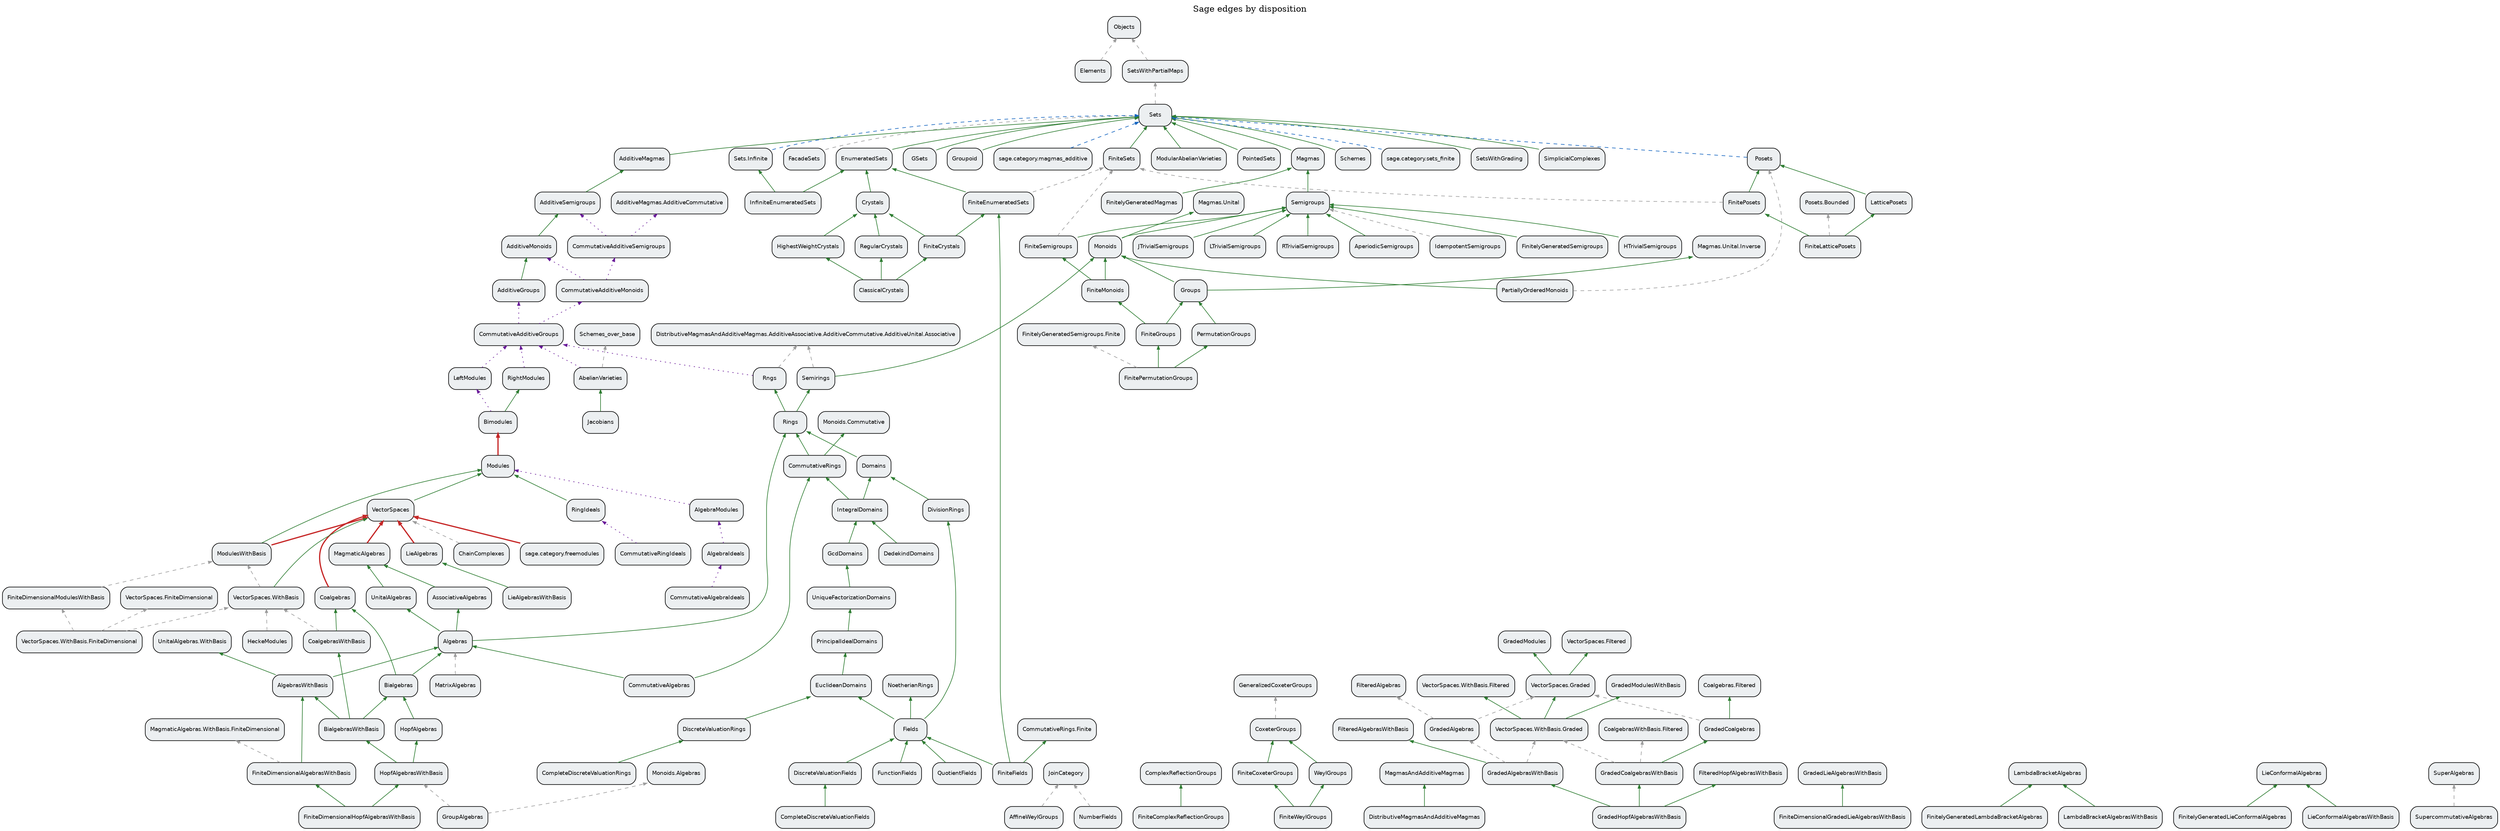
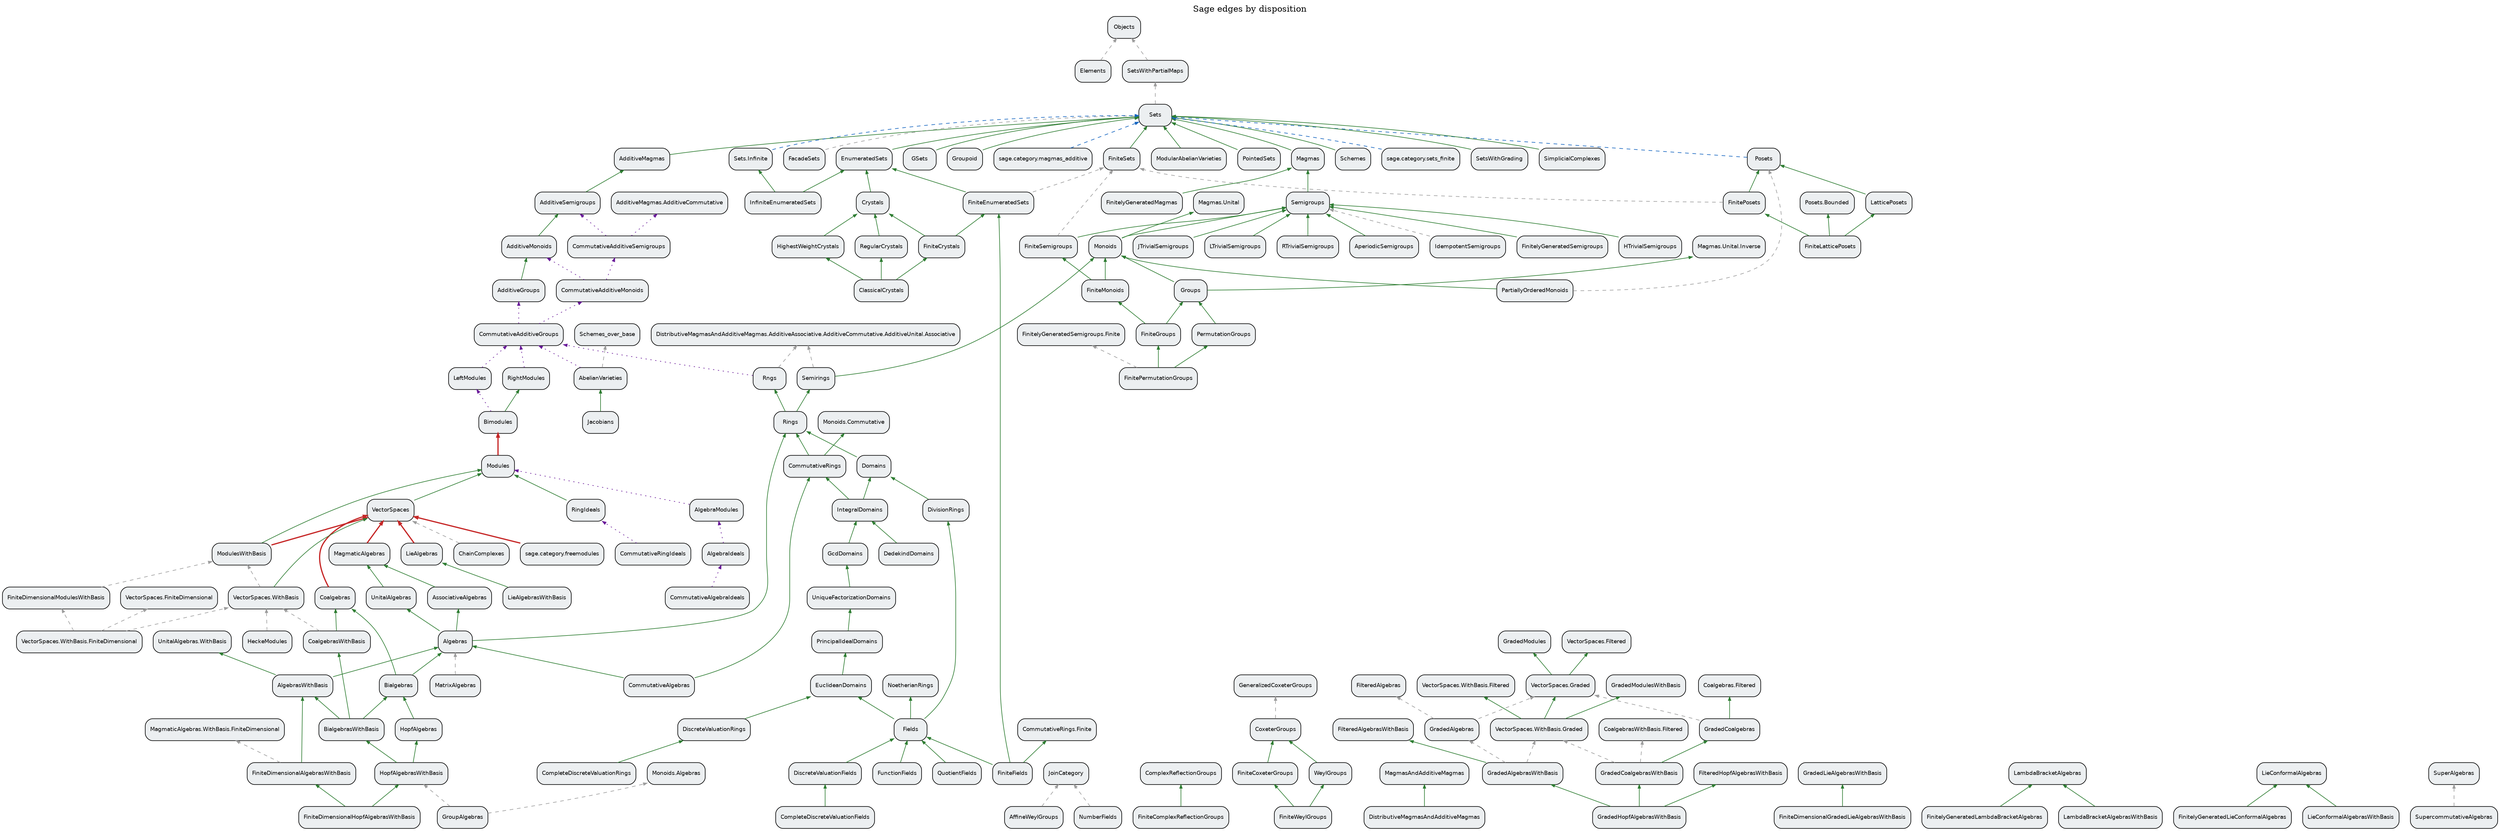
// GENERATED from mapping edge_mappings dispositions
digraph SageEdgeDispositions {
  graph [rankdir=BT, labelloc=t, label="Sage edges by disposition"];
  node [shape=box, style="rounded,filled", fillcolor="#eceff1", fontname="Helvetica", fontsize=9];
  edge [arrowsize=0.6];
  "sage.category.additive_groups_additivegroups" [label="AdditiveGroups"];
  "sage.category.additive_magmas_additivemagmas" [label="AdditiveMagmas"];
  "sage.category.additive_monoids_additivemonoids" [label="AdditiveMonoids"];
  "sage.category.additive_semigroups_additivesemigroups" [label="AdditiveSemigroups"];
  "sage.category.affine_weyl_groups_affineweylgroups" [label="AffineWeylGroups"];
  "sage.category.algebra_ideals_algebraideals" [label="AlgebraIdeals"];
  "sage.category.algebra_modules_algebramodules" [label="AlgebraModules"];
  "sage.category.algebras_algebras" [label="Algebras"];
  "sage.category.algebras_with_basis_algebraswithbasis" [label="AlgebrasWithBasis"];
  "sage.category.aperiodic_semigroups_aperiodicsemigroups" [label="AperiodicSemigroups"];
  "sage.category.associative_algebras_associativealgebras" [label="AssociativeAlgebras"];
  "sage.category.bialgebras_bialgebras" [label="Bialgebras"];
  "sage.category.bialgebras_with_basis_bialgebraswithbasis" [label="BialgebrasWithBasis"];
  "sage.category.bimodules_bimodules" [label="Bimodules"];
  "sage.category.category_joincategory" [label="JoinCategory"];
  "sage.category.category_types_elements" [label="Elements"];
  "sage.category.chain_complexes_chaincomplexes" [label="ChainComplexes"];
  "sage.category.classical_crystals_classicalcrystals" [label="ClassicalCrystals"];
  "sage.category.coalgebras_coalgebras" [label="Coalgebras"];
  "sage.category.coalgebras_with_basis_coalgebraswithbasis" [label="CoalgebrasWithBasis"];
  "sage.category.commutative_additive_groups_commutativeadditivegroups" [label="CommutativeAdditiveGroups"];
  "sage.category.commutative_additive_monoids_commutativeadditivemonoids" [label="CommutativeAdditiveMonoids"];
  "sage.category.commutative_additive_semigroups_commutativeadditivesemigroups" [label="CommutativeAdditiveSemigroups"];
  "sage.category.commutative_algebra_ideals_commutativealgebraideals" [label="CommutativeAlgebraIdeals"];
  "sage.category.commutative_algebras_commutativealgebras" [label="CommutativeAlgebras"];
  "sage.category.commutative_ring_ideals_commutativeringideals" [label="CommutativeRingIdeals"];
  "sage.category.commutative_rings_commutativerings" [label="CommutativeRings"];
  "sage.category.complete_discrete_valuation_completediscretevaluationfields" [label="CompleteDiscreteValuationFields"];
  "sage.category.complete_discrete_valuation_completediscretevaluationrings" [label="CompleteDiscreteValuationRings"];
  "sage.category.complex_reflection_groups_complexreflectiongroups" [label="ComplexReflectionGroups"];
  "sage.category.coxeter_groups_coxetergroups" [label="CoxeterGroups"];
  "sage.category.crystals_crystals" [label="Crystals"];
  "sage.category.dedekind_domains_dedekinddomains" [label="DedekindDomains"];
  "sage.category.discrete_valuation_discretevaluationfields" [label="DiscreteValuationFields"];
  "sage.category.discrete_valuation_discretevaluationrings" [label="DiscreteValuationRings"];
  "sage.category.distributive_magmas_and_additive_magmas_distributivemagmasandadditivemagmas" [label="DistributiveMagmasAndAdditiveMagmas"];
  "sage.category.division_rings_divisionrings" [label="DivisionRings"];
  "sage.category.domains_domains" [label="Domains"];
  "sage.category.enumerated_sets_enumeratedsets" [label="EnumeratedSets"];
  "sage.category.euclidean_domains_euclideandomains" [label="EuclideanDomains"];
  "sage.category.examples_semigroups_cython_idempotentsemigroups" [label="IdempotentSemigroups"];
  "sage.category.facade_sets_facadesets" [label="FacadeSets"];
  "sage.category.fields_fields" [label="Fields"];
  "sage.category.filtered_algebras_filteredalgebras" [label="FilteredAlgebras"];
  "sage.category.filtered_algebras_with_basis_filteredalgebraswithbasis" [label="FilteredAlgebrasWithBasis"];
  "sage.category.filtered_hopf_algebras_with_basis_filteredhopfalgebraswithbasis" [label="FilteredHopfAlgebrasWithBasis"];
  "sage.category.finite_complex_reflection_groups_finitecomplexreflectiongroups" [label="FiniteComplexReflectionGroups"];
  "sage.category.finite_coxeter_groups_finitecoxetergroups" [label="FiniteCoxeterGroups"];
  "sage.category.finite_crystals_finitecrystals" [label="FiniteCrystals"];
  "sage.category.finite_dimensional_algebras_with_basis_finitedimensionalalgebraswithbasis" [label="FiniteDimensionalAlgebrasWithBasis"];
  "sage.category.finite_dimensional_graded_lie_algebras_with_basis_finitedimensionalgradedliealgebraswithbasis" [label="FiniteDimensionalGradedLieAlgebrasWithBasis"];
  "sage.category.finite_dimensional_hopf_algebras_with_basis_finitedimensionalhopfalgebraswithbasis" [label="FiniteDimensionalHopfAlgebrasWithBasis"];
  "sage.category.finite_dimensional_modules_with_basis_finitedimensionalmoduleswithbasis" [label="FiniteDimensionalModulesWithBasis"];
  "sage.category.finite_enumerated_sets_finiteenumeratedsets" [label="FiniteEnumeratedSets"];
  "sage.category.finite_fields_finitefields" [label="FiniteFields"];
  "sage.category.finite_groups_finitegroups" [label="FiniteGroups"];
  "sage.category.finite_lattice_posets_finitelatticeposets" [label="FiniteLatticePosets"];
  "sage.category.finite_monoids_finitemonoids" [label="FiniteMonoids"];
  "sage.category.finite_permutation_groups_finitepermutationgroups" [label="FinitePermutationGroups"];
  "sage.category.finite_posets_finiteposets" [label="FinitePosets"];
  "sage.category.finite_semigroups_finitesemigroups" [label="FiniteSemigroups"];
  "sage.category.finite_sets_finitesets" [label="FiniteSets"];
  "sage.category.finite_weyl_groups_finiteweylgroups" [label="FiniteWeylGroups"];
  "sage.category.finitely_generated_lambda_bracket_algebras_finitelygeneratedlambdabracketalgebras" [label="FinitelyGeneratedLambdaBracketAlgebras"];
  "sage.category.finitely_generated_lie_conformal_algebras_finitelygeneratedlieconformalalgebras" [label="FinitelyGeneratedLieConformalAlgebras"];
  "sage.category.finitely_generated_magmas_finitelygeneratedmagmas" [label="FinitelyGeneratedMagmas"];
  "sage.category.finitely_generated_semigroups_finitelygeneratedsemigroups" [label="FinitelyGeneratedSemigroups"];
  "sage.category.freemodules" [label="sage.category.freemodules"];
  "sage.category.function_fields_functionfields" [label="FunctionFields"];
  "sage.category.g_sets_gsets" [label="GSets"];
  "sage.category.gcd_domains_gcddomains" [label="GcdDomains"];
  "sage.category.generalized_coxeter_groups_generalizedcoxetergroups" [label="GeneralizedCoxeterGroups"];
  "sage.category.graded_algebras_gradedalgebras" [label="GradedAlgebras"];
  "sage.category.graded_algebras_with_basis_gradedalgebraswithbasis" [label="GradedAlgebrasWithBasis"];
  "sage.category.graded_coalgebras_gradedcoalgebras" [label="GradedCoalgebras"];
  "sage.category.graded_coalgebras_with_basis_gradedcoalgebraswithbasis" [label="GradedCoalgebrasWithBasis"];
  "sage.category.graded_hopf_algebras_with_basis_gradedhopfalgebraswithbasis" [label="GradedHopfAlgebrasWithBasis"];
  "sage.category.graded_lie_algebras_with_basis_gradedliealgebraswithbasis" [label="GradedLieAlgebrasWithBasis"];
  "sage.category.graded_modules_gradedmodules" [label="GradedModules"];
  "sage.category.graded_modules_with_basis_gradedmoduleswithbasis" [label="GradedModulesWithBasis"];
  "sage.category.group_algebras_groupalgebras" [label="GroupAlgebras"];
  "sage.category.groupoid_groupoid" [label="Groupoid"];
  "sage.category.groups_groups" [label="Groups"];
  "sage.category.h_trivial_semigroups_htrivialsemigroups" [label="HTrivialSemigroups"];
  "sage.category.hecke_modules_heckemodules" [label="HeckeModules"];
  "sage.category.highest_weight_crystals_highestweightcrystals" [label="HighestWeightCrystals"];
  "sage.category.hopf_algebras_hopfalgebras" [label="HopfAlgebras"];
  "sage.category.hopf_algebras_with_basis_hopfalgebraswithbasis" [label="HopfAlgebrasWithBasis"];
  "sage.category.infinite_enumerated_sets_infiniteenumeratedsets" [label="InfiniteEnumeratedSets"];
  "sage.category.integral_domains_integraldomains" [label="IntegralDomains"];
  "sage.category.j_trivial_semigroups_jtrivialsemigroups" [label="JTrivialSemigroups"];
  "sage.category.l_trivial_semigroups_ltrivialsemigroups" [label="LTrivialSemigroups"];
  "sage.category.lambda_bracket_algebras_lambdabracketalgebras" [label="LambdaBracketAlgebras"];
  "sage.category.lambda_bracket_algebras_with_basis_lambdabracketalgebraswithbasis" [label="LambdaBracketAlgebrasWithBasis"];
  "sage.category.lattice_posets_latticeposets" [label="LatticePosets"];
  "sage.category.left_modules_leftmodules" [label="LeftModules"];
  "sage.category.lie_algebras_liealgebras" [label="LieAlgebras"];
  "sage.category.lie_algebras_with_basis_liealgebraswithbasis" [label="LieAlgebrasWithBasis"];
  "sage.category.lie_conformal_algebras_lieconformalalgebras" [label="LieConformalAlgebras"];
  "sage.category.lie_conformal_algebras_with_basis_lieconformalalgebraswithbasis" [label="LieConformalAlgebrasWithBasis"];
  "sage.category.magmas_additive" [label="sage.category.magmas_additive"];
  "sage.category.magmas_and_additive_magmas_magmasandadditivemagmas" [label="MagmasAndAdditiveMagmas"];
  "sage.category.magmas_magmas" [label="Magmas"];
  "sage.category.magmatic_algebras_magmaticalgebras" [label="MagmaticAlgebras"];
  "sage.category.matrix_algebras_matrixalgebras" [label="MatrixAlgebras"];
  "sage.category.modular_abelian_varieties_modularabelianvarieties" [label="ModularAbelianVarieties"];
  "sage.category.modules_modules" [label="Modules"];
  "sage.category.modules_with_basis_moduleswithbasis" [label="ModulesWithBasis"];
  "sage.category.monoids_monoids" [label="Monoids"];
  "sage.category.noetherian_rings_noetherianrings" [label="NoetherianRings"];
  "sage.category.number_fields_numberfields" [label="NumberFields"];
  "sage.category.objects_objects" [label="Objects"];
  "sage.category.partially_ordered_monoids_partiallyorderedmonoids" [label="PartiallyOrderedMonoids"];
  "sage.category.permutation_groups_permutationgroups" [label="PermutationGroups"];
  "sage.category.pointed_sets_pointedsets" [label="PointedSets"];
  "sage.category.posets_posets" [label="Posets"];
  "sage.category.principal_ideal_domains_principalidealdomains" [label="PrincipalIdealDomains"];
  "sage.category.quotient_fields_quotientfields" [label="QuotientFields"];
  "sage.category.r_trivial_semigroups_rtrivialsemigroups" [label="RTrivialSemigroups"];
  "sage.category.regular_crystals_regularcrystals" [label="RegularCrystals"];
  "sage.category.right_modules_rightmodules" [label="RightModules"];
  "sage.category.ring_ideals_ringideals" [label="RingIdeals"];
  "sage.category.rings_rings" [label="Rings"];
  "sage.category.rngs_rngs" [label="Rngs"];
  "sage.category.schemes_abelianvarieties" [label="AbelianVarieties"];
  "sage.category.schemes_jacobians" [label="Jacobians"];
  "sage.category.schemes_schemes" [label="Schemes"];
  "sage.category.schemes_schemes_over_base" [label="Schemes_over_base"];
  "sage.category.semigroups_semigroups" [label="Semigroups"];
  "sage.category.semirings_semirings" [label="Semirings"];
  "sage.category.sets_cat_sets" [label="Sets"];
  "sage.category.sets_finite" [label="sage.category.sets_finite"];
  "sage.category.sets_with_grading_setswithgrading" [label="SetsWithGrading"];
  "sage.category.sets_with_partial_maps_setswithpartialmaps" [label="SetsWithPartialMaps"];
  "sage.category.simplicial_complexes_simplicialcomplexes" [label="SimplicialComplexes"];
  "sage.category.super_algebras_superalgebras" [label="SuperAlgebras"];
  "sage.category.supercommutative_algebras_supercommutativealgebras" [label="SupercommutativeAlgebras"];
  "sage.category.unique_factorization_domains_uniquefactorizationdomains" [label="UniqueFactorizationDomains"];
  "sage.category.unital_algebras_unitalalgebras" [label="UnitalAlgebras"];
  "sage.category.vector_spaces_vectorspaces" [label="VectorSpaces"];
  "sage.category.weyl_groups_weylgroups" [label="WeylGroups"];
  "sage.category.with_axiom.additivemagmas.additivecommutative" [label="AdditiveMagmas.AdditiveCommutative"];
  "sage.category.with_axiom.coalgebras.filtered" [label="Coalgebras.Filtered"];
  "sage.category.with_axiom.coalgebraswithbasis.filtered" [label="CoalgebrasWithBasis.Filtered"];
  "sage.category.with_axiom.commutativerings.finite" [label="CommutativeRings.Finite"];
  "sage.category.with_axiom.distributivemagmasandadditivemagmas.additiveassociative.additivecommutative.additiveunital.associative" [label="DistributiveMagmasAndAdditiveMagmas.AdditiveAssociative.AdditiveCommutative.AdditiveUnital.Associative"];
  "sage.category.with_axiom.finitelygeneratedsemigroups.finite" [label="FinitelyGeneratedSemigroups.Finite"];
  "sage.category.with_axiom.magmas.unital" [label="Magmas.Unital"];
  "sage.category.with_axiom.magmas.unital.inverse" [label="Magmas.Unital.Inverse"];
  "sage.category.with_axiom.magmaticalgebras.withbasis.finitedimensional" [label="MagmaticAlgebras.WithBasis.FiniteDimensional"];
  "sage.category.with_axiom.monoids.algebras" [label="Monoids.Algebras"];
  "sage.category.with_axiom.monoids.commutative" [label="Monoids.Commutative"];
  "sage.category.with_axiom.posets.bounded" [label="Posets.Bounded"];
  "sage.category.with_axiom.sets.infinite" [label="Sets.Infinite"];
  "sage.category.with_axiom.unitalalgebras.withbasis" [label="UnitalAlgebras.WithBasis"];
  "sage.category.with_axiom.vectorspaces.filtered" [label="VectorSpaces.Filtered"];
  "sage.category.with_axiom.vectorspaces.finitedimensional" [label="VectorSpaces.FiniteDimensional"];
  "sage.category.with_axiom.vectorspaces.graded" [label="VectorSpaces.Graded"];
  "sage.category.with_axiom.vectorspaces.withbasis" [label="VectorSpaces.WithBasis"];
  "sage.category.with_axiom.vectorspaces.withbasis.filtered" [label="VectorSpaces.WithBasis.Filtered"];
  "sage.category.with_axiom.vectorspaces.withbasis.finitedimensional" [label="VectorSpaces.WithBasis.FiniteDimensional"];
  "sage.category.with_axiom.vectorspaces.withbasis.graded" [label="VectorSpaces.WithBasis.Graded"];
  "sage.category.examples_semigroups_cython_idempotentsemigroups" -> "sage.category.semigroups_semigroups" [disposition="unsupported", color="#9e9e9e", style=dashed];
  "sage.category.category_types_elements" -> "sage.category.objects_objects" [disposition="unsupported", color="#9e9e9e", style=dashed];
  "sage.category.schemes_abelianvarieties" -> "sage.category.schemes_schemes_over_base" [disposition="unsupported", color="#9e9e9e", style=dashed];
  "sage.category.schemes_abelianvarieties" -> "sage.category.commutative_additive_groups_commutativeadditivegroups" [disposition="alias_artifact", color="#6a1b9a", style=dotted];
  "sage.category.additive_groups_additivegroups" -> "sage.category.additive_monoids_additivemonoids" [disposition="preserved", color="#2e7d32", style=solid];
  "sage.category.additive_magmas_additivemagmas" -> "sage.category.sets_cat_sets" [disposition="preserved", color="#2e7d32", style=solid];
  "sage.category.additive_monoids_additivemonoids" -> "sage.category.additive_semigroups_additivesemigroups" [disposition="preserved", color="#2e7d32", style=solid];
  "sage.category.additive_semigroups_additivesemigroups" -> "sage.category.additive_magmas_additivemagmas" [disposition="preserved", color="#2e7d32", style=solid];
  "sage.category.affine_weyl_groups_affineweylgroups" -> "sage.category.category_joincategory" [disposition="unsupported", color="#9e9e9e", style=dashed];
  "sage.category.algebra_ideals_algebraideals" -> "sage.category.algebra_modules_algebramodules" [disposition="alias_artifact", color="#6a1b9a", style=dotted];
  "sage.category.algebra_modules_algebramodules" -> "sage.category.modules_modules" [disposition="alias_artifact", color="#6a1b9a", style=dotted];
  "sage.category.algebras_algebras" -> "sage.category.rings_rings" [disposition="preserved", color="#2e7d32", style=solid];
  "sage.category.algebras_algebras" -> "sage.category.associative_algebras_associativealgebras" [disposition="preserved", color="#2e7d32", style=solid];
  "sage.category.algebras_algebras" -> "sage.category.unital_algebras_unitalalgebras" [disposition="preserved", color="#2e7d32", style=solid];
  "sage.category.algebras_with_basis_algebraswithbasis" -> "sage.category.algebras_algebras" [disposition="preserved", color="#2e7d32", style=solid];
  "sage.category.algebras_with_basis_algebraswithbasis" -> "sage.category.with_axiom.unitalalgebras.withbasis" [disposition="preserved", color="#2e7d32", style=solid];
  "sage.category.aperiodic_semigroups_aperiodicsemigroups" -> "sage.category.semigroups_semigroups" [disposition="preserved", color="#2e7d32", style=solid];
  "sage.category.associative_algebras_associativealgebras" -> "sage.category.magmatic_algebras_magmaticalgebras" [disposition="preserved", color="#2e7d32", style=solid];
  "sage.category.bialgebras_bialgebras" -> "sage.category.algebras_algebras" [disposition="preserved", color="#2e7d32", style=solid];
  "sage.category.bialgebras_bialgebras" -> "sage.category.coalgebras_coalgebras" [disposition="preserved", color="#2e7d32", style=solid];
  "sage.category.bialgebras_with_basis_bialgebraswithbasis" -> "sage.category.algebras_with_basis_algebraswithbasis" [disposition="preserved", color="#2e7d32", style=solid];
  "sage.category.bialgebras_with_basis_bialgebraswithbasis" -> "sage.category.bialgebras_bialgebras" [disposition="preserved", color="#2e7d32", style=solid];
  "sage.category.bialgebras_with_basis_bialgebraswithbasis" -> "sage.category.coalgebras_with_basis_coalgebraswithbasis" [disposition="preserved", color="#2e7d32", style=solid];
  "sage.category.bimodules_bimodules" -> "sage.category.left_modules_leftmodules" [disposition="alias_artifact", color="#6a1b9a", style=dotted];
  "sage.category.bimodules_bimodules" -> "sage.category.right_modules_rightmodules" [disposition="preserved", color="#2e7d32", style=solid];
  "sage.category.chain_complexes_chaincomplexes" -> "sage.category.vector_spaces_vectorspaces" [disposition="unsupported", color="#9e9e9e", style=dashed];
  "sage.category.classical_crystals_classicalcrystals" -> "sage.category.regular_crystals_regularcrystals" [disposition="preserved", color="#2e7d32", style=solid];
  "sage.category.classical_crystals_classicalcrystals" -> "sage.category.finite_crystals_finitecrystals" [disposition="preserved", color="#2e7d32", style=solid];
  "sage.category.classical_crystals_classicalcrystals" -> "sage.category.highest_weight_crystals_highestweightcrystals" [disposition="preserved", color="#2e7d32", style=solid];
  "sage.category.coalgebras_coalgebras" -> "sage.category.vector_spaces_vectorspaces" [disposition="corrected", color="#c62828", style=bold];
  "sage.category.coalgebras_with_basis_coalgebraswithbasis" -> "sage.category.with_axiom.vectorspaces.withbasis" [disposition="unsupported", color="#9e9e9e", style=dashed];
  "sage.category.coalgebras_with_basis_coalgebraswithbasis" -> "sage.category.coalgebras_coalgebras" [disposition="preserved", color="#2e7d32", style=solid];
  "sage.category.commutative_additive_groups_commutativeadditivegroups" -> "sage.category.additive_groups_additivegroups" [disposition="alias_artifact", color="#6a1b9a", style=dotted];
  "sage.category.commutative_additive_groups_commutativeadditivegroups" -> "sage.category.commutative_additive_monoids_commutativeadditivemonoids" [disposition="alias_artifact", color="#6a1b9a", style=dotted];
  "sage.category.commutative_additive_monoids_commutativeadditivemonoids" -> "sage.category.additive_monoids_additivemonoids" [disposition="alias_artifact", color="#6a1b9a", style=dotted];
  "sage.category.commutative_additive_monoids_commutativeadditivemonoids" -> "sage.category.commutative_additive_semigroups_commutativeadditivesemigroups" [disposition="alias_artifact", color="#6a1b9a", style=dotted];
  "sage.category.commutative_additive_semigroups_commutativeadditivesemigroups" -> "sage.category.with_axiom.additivemagmas.additivecommutative" [disposition="alias_artifact", color="#6a1b9a", style=dotted];
  "sage.category.commutative_additive_semigroups_commutativeadditivesemigroups" -> "sage.category.additive_semigroups_additivesemigroups" [disposition="alias_artifact", color="#6a1b9a", style=dotted];
  "sage.category.commutative_algebra_ideals_commutativealgebraideals" -> "sage.category.algebra_ideals_algebraideals" [disposition="alias_artifact", color="#6a1b9a", style=dotted];
  "sage.category.commutative_algebras_commutativealgebras" -> "sage.category.algebras_algebras" [disposition="preserved", color="#2e7d32", style=solid];
  "sage.category.commutative_algebras_commutativealgebras" -> "sage.category.commutative_rings_commutativerings" [disposition="preserved", color="#2e7d32", style=solid];
  "sage.category.commutative_ring_ideals_commutativeringideals" -> "sage.category.ring_ideals_ringideals" [disposition="alias_artifact", color="#6a1b9a", style=dotted];
  "sage.category.commutative_rings_commutativerings" -> "sage.category.rings_rings" [disposition="preserved", color="#2e7d32", style=solid];
  "sage.category.commutative_rings_commutativerings" -> "sage.category.with_axiom.monoids.commutative" [disposition="preserved", color="#2e7d32", style=solid];
  "sage.category.complete_discrete_valuation_completediscretevaluationfields" -> "sage.category.discrete_valuation_discretevaluationfields" [disposition="preserved", color="#2e7d32", style=solid];
  "sage.category.complete_discrete_valuation_completediscretevaluationrings" -> "sage.category.discrete_valuation_discretevaluationrings" [disposition="preserved", color="#2e7d32", style=solid];
  "sage.category.coxeter_groups_coxetergroups" -> "sage.category.generalized_coxeter_groups_generalizedcoxetergroups" [disposition="unsupported", color="#9e9e9e", style=dashed];
  "sage.category.crystals_crystals" -> "sage.category.enumerated_sets_enumeratedsets" [disposition="preserved", color="#2e7d32", style=solid];
  "sage.category.dedekind_domains_dedekinddomains" -> "sage.category.integral_domains_integraldomains" [disposition="preserved", color="#2e7d32", style=solid];
  "sage.category.discrete_valuation_discretevaluationfields" -> "sage.category.fields_fields" [disposition="preserved", color="#2e7d32", style=solid];
  "sage.category.discrete_valuation_discretevaluationrings" -> "sage.category.euclidean_domains_euclideandomains" [disposition="preserved", color="#2e7d32", style=solid];
  "sage.category.distributive_magmas_and_additive_magmas_distributivemagmasandadditivemagmas" -> "sage.category.magmas_and_additive_magmas_magmasandadditivemagmas" [disposition="preserved", color="#2e7d32", style=solid];
  "sage.category.division_rings_divisionrings" -> "sage.category.domains_domains" [disposition="preserved", color="#2e7d32", style=solid];
  "sage.category.domains_domains" -> "sage.category.rings_rings" [disposition="preserved", color="#2e7d32", style=solid];
  "sage.category.enumerated_sets_enumeratedsets" -> "sage.category.sets_cat_sets" [disposition="preserved", color="#2e7d32", style=solid];
  "sage.category.euclidean_domains_euclideandomains" -> "sage.category.principal_ideal_domains_principalidealdomains" [disposition="preserved", color="#2e7d32", style=solid];
  "sage.category.facade_sets_facadesets" -> "sage.category.sets_cat_sets" [disposition="unsupported", color="#9e9e9e", style=dashed];
  "sage.category.fields_fields" -> "sage.category.euclidean_domains_euclideandomains" [disposition="preserved", color="#2e7d32", style=solid];
  "sage.category.fields_fields" -> "sage.category.division_rings_divisionrings" [disposition="preserved", color="#2e7d32", style=solid];
  "sage.category.fields_fields" -> "sage.category.noetherian_rings_noetherianrings" [disposition="preserved", color="#2e7d32", style=solid];
  "sage.category.finite_complex_reflection_groups_finitecomplexreflectiongroups" -> "sage.category.complex_reflection_groups_complexreflectiongroups" [disposition="preserved", color="#2e7d32", style=solid];
  "sage.category.finite_coxeter_groups_finitecoxetergroups" -> "sage.category.coxeter_groups_coxetergroups" [disposition="preserved", color="#2e7d32", style=solid];
  "sage.category.finite_crystals_finitecrystals" -> "sage.category.crystals_crystals" [disposition="preserved", color="#2e7d32", style=solid];
  "sage.category.finite_crystals_finitecrystals" -> "sage.category.finite_enumerated_sets_finiteenumeratedsets" [disposition="preserved", color="#2e7d32", style=solid];
  "sage.category.finite_dimensional_algebras_with_basis_finitedimensionalalgebraswithbasis" -> "sage.category.algebras_with_basis_algebraswithbasis" [disposition="preserved", color="#2e7d32", style=solid];
  "sage.category.finite_dimensional_algebras_with_basis_finitedimensionalalgebraswithbasis" -> "sage.category.with_axiom.magmaticalgebras.withbasis.finitedimensional" [disposition="unsupported", color="#9e9e9e", style=dashed];
  "sage.category.finite_dimensional_graded_lie_algebras_with_basis_finitedimensionalgradedliealgebraswithbasis" -> "sage.category.graded_lie_algebras_with_basis_gradedliealgebraswithbasis" [disposition="preserved", color="#2e7d32", style=solid];
  "sage.category.finite_dimensional_hopf_algebras_with_basis_finitedimensionalhopfalgebraswithbasis" -> "sage.category.hopf_algebras_with_basis_hopfalgebraswithbasis" [disposition="preserved", color="#2e7d32", style=solid];
  "sage.category.finite_dimensional_hopf_algebras_with_basis_finitedimensionalhopfalgebraswithbasis" -> "sage.category.finite_dimensional_algebras_with_basis_finitedimensionalalgebraswithbasis" [disposition="preserved", color="#2e7d32", style=solid];
  "sage.category.finite_dimensional_modules_with_basis_finitedimensionalmoduleswithbasis" -> "sage.category.modules_with_basis_moduleswithbasis" [disposition="unsupported", color="#9e9e9e", style=dashed];
  "sage.category.finite_enumerated_sets_finiteenumeratedsets" -> "sage.category.enumerated_sets_enumeratedsets" [disposition="preserved", color="#2e7d32", style=solid];
  "sage.category.finite_enumerated_sets_finiteenumeratedsets" -> "sage.category.finite_sets_finitesets" [disposition="unsupported", color="#9e9e9e", style=dashed];
  "sage.category.finite_fields_finitefields" -> "sage.category.fields_fields" [disposition="preserved", color="#2e7d32", style=solid];
  "sage.category.finite_fields_finitefields" -> "sage.category.with_axiom.commutativerings.finite" [disposition="preserved", color="#2e7d32", style=solid];
  "sage.category.finite_fields_finitefields" -> "sage.category.finite_enumerated_sets_finiteenumeratedsets" [disposition="preserved", color="#2e7d32", style=solid];
  "sage.category.finite_groups_finitegroups" -> "sage.category.finite_monoids_finitemonoids" [disposition="preserved", color="#2e7d32", style=solid];
  "sage.category.finite_groups_finitegroups" -> "sage.category.groups_groups" [disposition="preserved", color="#2e7d32", style=solid];
  "sage.category.finite_lattice_posets_finitelatticeposets" -> "sage.category.lattice_posets_latticeposets" [disposition="preserved", color="#2e7d32", style=solid];
  "sage.category.finite_lattice_posets_finitelatticeposets" -> "sage.category.finite_posets_finiteposets" [disposition="preserved", color="#2e7d32", style=solid];
-   "sage.category.finite_lattice_posets_finitelatticeposets" -> "sage.category.with_axiom.posets.bounded" [disposition="unsupported", color="#9e9e9e", style=dashed];
+   "sage.category.finite_lattice_posets_finitelatticeposets" -> "sage.category.with_axiom.posets.bounded" [disposition="preserved", color="#2e7d32", style=solid];
  "sage.category.finitely_generated_lambda_bracket_algebras_finitelygeneratedlambdabracketalgebras" -> "sage.category.lambda_bracket_algebras_lambdabracketalgebras" [disposition="preserved", color="#2e7d32", style=solid];
  "sage.category.finitely_generated_lie_conformal_algebras_finitelygeneratedlieconformalalgebras" -> "sage.category.lie_conformal_algebras_lieconformalalgebras" [disposition="preserved", color="#2e7d32", style=solid];
  "sage.category.finitely_generated_magmas_finitelygeneratedmagmas" -> "sage.category.magmas_magmas" [disposition="preserved", color="#2e7d32", style=solid];
  "sage.category.finitely_generated_semigroups_finitelygeneratedsemigroups" -> "sage.category.semigroups_semigroups" [disposition="preserved", color="#2e7d32", style=solid];
  "sage.category.finite_monoids_finitemonoids" -> "sage.category.monoids_monoids" [disposition="preserved", color="#2e7d32", style=solid];
  "sage.category.finite_monoids_finitemonoids" -> "sage.category.finite_semigroups_finitesemigroups" [disposition="preserved", color="#2e7d32", style=solid];
  "sage.category.finite_permutation_groups_finitepermutationgroups" -> "sage.category.permutation_groups_permutationgroups" [disposition="preserved", color="#2e7d32", style=solid];
  "sage.category.finite_permutation_groups_finitepermutationgroups" -> "sage.category.finite_groups_finitegroups" [disposition="preserved", color="#2e7d32", style=solid];
  "sage.category.finite_permutation_groups_finitepermutationgroups" -> "sage.category.with_axiom.finitelygeneratedsemigroups.finite" [disposition="unsupported", color="#9e9e9e", style=dashed];
  "sage.category.finite_posets_finiteposets" -> "sage.category.posets_posets" [disposition="preserved", color="#2e7d32", style=solid];
  "sage.category.finite_posets_finiteposets" -> "sage.category.finite_sets_finitesets" [disposition="unsupported", color="#9e9e9e", style=dashed];
  "sage.category.finite_semigroups_finitesemigroups" -> "sage.category.semigroups_semigroups" [disposition="preserved", color="#2e7d32", style=solid];
  "sage.category.finite_semigroups_finitesemigroups" -> "sage.category.finite_sets_finitesets" [disposition="unsupported", color="#9e9e9e", style=dashed];
  "sage.category.finite_sets_finitesets" -> "sage.category.sets_cat_sets" [disposition="preserved", color="#2e7d32", style=solid];
  "sage.category.finite_weyl_groups_finiteweylgroups" -> "sage.category.finite_coxeter_groups_finitecoxetergroups" [disposition="preserved", color="#2e7d32", style=solid];
  "sage.category.finite_weyl_groups_finiteweylgroups" -> "sage.category.weyl_groups_weylgroups" [disposition="preserved", color="#2e7d32", style=solid];
  "sage.category.function_fields_functionfields" -> "sage.category.fields_fields" [disposition="preserved", color="#2e7d32", style=solid];
  "sage.category.gcd_domains_gcddomains" -> "sage.category.integral_domains_integraldomains" [disposition="preserved", color="#2e7d32", style=solid];
  "sage.category.graded_algebras_gradedalgebras" -> "sage.category.filtered_algebras_filteredalgebras" [disposition="unsupported", color="#9e9e9e", style=dashed];
  "sage.category.graded_algebras_gradedalgebras" -> "sage.category.with_axiom.vectorspaces.graded" [disposition="unsupported", color="#9e9e9e", style=dashed];
  "sage.category.graded_algebras_with_basis_gradedalgebraswithbasis" -> "sage.category.filtered_algebras_with_basis_filteredalgebraswithbasis" [disposition="preserved", color="#2e7d32", style=solid];
  "sage.category.graded_algebras_with_basis_gradedalgebraswithbasis" -> "sage.category.graded_algebras_gradedalgebras" [disposition="unsupported", color="#9e9e9e", style=dashed];
  "sage.category.graded_algebras_with_basis_gradedalgebraswithbasis" -> "sage.category.with_axiom.vectorspaces.withbasis.graded" [disposition="unsupported", color="#9e9e9e", style=dashed];
  "sage.category.graded_coalgebras_gradedcoalgebras" -> "sage.category.with_axiom.vectorspaces.graded" [disposition="unsupported", color="#9e9e9e", style=dashed];
  "sage.category.graded_coalgebras_gradedcoalgebras" -> "sage.category.with_axiom.coalgebras.filtered" [disposition="preserved", color="#2e7d32", style=solid];
  "sage.category.graded_coalgebras_with_basis_gradedcoalgebraswithbasis" -> "sage.category.with_axiom.vectorspaces.withbasis.graded" [disposition="unsupported", color="#9e9e9e", style=dashed];
  "sage.category.graded_coalgebras_with_basis_gradedcoalgebraswithbasis" -> "sage.category.with_axiom.coalgebraswithbasis.filtered" [disposition="unsupported", color="#9e9e9e", style=dashed];
  "sage.category.graded_coalgebras_with_basis_gradedcoalgebraswithbasis" -> "sage.category.graded_coalgebras_gradedcoalgebras" [disposition="preserved", color="#2e7d32", style=solid];
  "sage.category.graded_hopf_algebras_with_basis_gradedhopfalgebraswithbasis" -> "sage.category.filtered_hopf_algebras_with_basis_filteredhopfalgebraswithbasis" [disposition="preserved", color="#2e7d32", style=solid];
  "sage.category.graded_hopf_algebras_with_basis_gradedhopfalgebraswithbasis" -> "sage.category.graded_algebras_with_basis_gradedalgebraswithbasis" [disposition="preserved", color="#2e7d32", style=solid];
  "sage.category.graded_hopf_algebras_with_basis_gradedhopfalgebraswithbasis" -> "sage.category.graded_coalgebras_with_basis_gradedcoalgebraswithbasis" [disposition="preserved", color="#2e7d32", style=solid];
  "sage.category.group_algebras_groupalgebras" -> "sage.category.hopf_algebras_with_basis_hopfalgebraswithbasis" [disposition="unsupported", color="#9e9e9e", style=dashed];
  "sage.category.group_algebras_groupalgebras" -> "sage.category.with_axiom.monoids.algebras" [disposition="unsupported", color="#9e9e9e", style=dashed];
  "sage.category.groupoid_groupoid" -> "sage.category.sets_cat_sets" [disposition="preserved", color="#2e7d32", style=solid];
  "sage.category.groups_groups" -> "sage.category.monoids_monoids" [disposition="preserved", color="#2e7d32", style=solid];
  "sage.category.groups_groups" -> "sage.category.with_axiom.magmas.unital.inverse" [disposition="preserved", color="#2e7d32", style=solid];
  "sage.category.g_sets_gsets" -> "sage.category.sets_cat_sets" [disposition="preserved", color="#2e7d32", style=solid];
  "sage.category.hecke_modules_heckemodules" -> "sage.category.with_axiom.vectorspaces.withbasis" [disposition="unsupported", color="#9e9e9e", style=dashed];
  "sage.category.highest_weight_crystals_highestweightcrystals" -> "sage.category.crystals_crystals" [disposition="preserved", color="#2e7d32", style=solid];
  "sage.category.hopf_algebras_hopfalgebras" -> "sage.category.bialgebras_bialgebras" [disposition="preserved", color="#2e7d32", style=solid];
  "sage.category.hopf_algebras_with_basis_hopfalgebraswithbasis" -> "sage.category.hopf_algebras_hopfalgebras" [disposition="preserved", color="#2e7d32", style=solid];
  "sage.category.hopf_algebras_with_basis_hopfalgebraswithbasis" -> "sage.category.bialgebras_with_basis_bialgebraswithbasis" [disposition="preserved", color="#2e7d32", style=solid];
  "sage.category.h_trivial_semigroups_htrivialsemigroups" -> "sage.category.semigroups_semigroups" [disposition="preserved", color="#2e7d32", style=solid];
  "sage.category.infinite_enumerated_sets_infiniteenumeratedsets" -> "sage.category.enumerated_sets_enumeratedsets" [disposition="preserved", color="#2e7d32", style=solid];
  "sage.category.infinite_enumerated_sets_infiniteenumeratedsets" -> "sage.category.with_axiom.sets.infinite" [disposition="preserved", color="#2e7d32", style=solid];
  "sage.category.integral_domains_integraldomains" -> "sage.category.domains_domains" [disposition="preserved", color="#2e7d32", style=solid];
  "sage.category.integral_domains_integraldomains" -> "sage.category.commutative_rings_commutativerings" [disposition="preserved", color="#2e7d32", style=solid];
  "sage.category.schemes_jacobians" -> "sage.category.schemes_abelianvarieties" [disposition="preserved", color="#2e7d32", style=solid];
  "sage.category.j_trivial_semigroups_jtrivialsemigroups" -> "sage.category.semigroups_semigroups" [disposition="preserved", color="#2e7d32", style=solid];
  "sage.category.lambda_bracket_algebras_with_basis_lambdabracketalgebraswithbasis" -> "sage.category.lambda_bracket_algebras_lambdabracketalgebras" [disposition="preserved", color="#2e7d32", style=solid];
  "sage.category.lattice_posets_latticeposets" -> "sage.category.posets_posets" [disposition="preserved", color="#2e7d32", style=solid];
  "sage.category.left_modules_leftmodules" -> "sage.category.commutative_additive_groups_commutativeadditivegroups" [disposition="alias_artifact", color="#6a1b9a", style=dotted];
  "sage.category.lie_algebras_liealgebras" -> "sage.category.vector_spaces_vectorspaces" [disposition="corrected", color="#c62828", style=bold];
  "sage.category.lie_algebras_with_basis_liealgebraswithbasis" -> "sage.category.lie_algebras_liealgebras" [disposition="preserved", color="#2e7d32", style=solid];
  "sage.category.lie_conformal_algebras_with_basis_lieconformalalgebraswithbasis" -> "sage.category.lie_conformal_algebras_lieconformalalgebras" [disposition="preserved", color="#2e7d32", style=solid];
  "sage.category.l_trivial_semigroups_ltrivialsemigroups" -> "sage.category.semigroups_semigroups" [disposition="preserved", color="#2e7d32", style=solid];
  "sage.category.magmas_magmas" -> "sage.category.sets_cat_sets" [disposition="preserved", color="#2e7d32", style=solid];
  "sage.category.matrix_algebras_matrixalgebras" -> "sage.category.algebras_algebras" [disposition="unsupported", color="#9e9e9e", style=dashed];
  "sage.category.modular_abelian_varieties_modularabelianvarieties" -> "sage.category.sets_cat_sets" [disposition="preserved", color="#2e7d32", style=solid];
  "sage.category.modules_with_basis_moduleswithbasis" -> "sage.category.modules_modules" [disposition="preserved", color="#2e7d32", style=solid];
  "sage.category.monoids_monoids" -> "sage.category.semigroups_semigroups" [disposition="preserved", color="#2e7d32", style=solid];
  "sage.category.monoids_monoids" -> "sage.category.with_axiom.magmas.unital" [disposition="preserved", color="#2e7d32", style=solid];
  "sage.category.number_fields_numberfields" -> "sage.category.category_joincategory" [disposition="unsupported", color="#9e9e9e", style=dashed];
  "sage.category.partially_ordered_monoids_partiallyorderedmonoids" -> "sage.category.posets_posets" [disposition="unsupported", color="#9e9e9e", style=dashed];
  "sage.category.partially_ordered_monoids_partiallyorderedmonoids" -> "sage.category.monoids_monoids" [disposition="preserved", color="#2e7d32", style=solid];
  "sage.category.permutation_groups_permutationgroups" -> "sage.category.groups_groups" [disposition="preserved", color="#2e7d32", style=solid];
  "sage.category.pointed_sets_pointedsets" -> "sage.category.sets_cat_sets" [disposition="preserved", color="#2e7d32", style=solid];
  "sage.category.posets_posets" -> "sage.category.sets_cat_sets" [disposition="subdivided", color="#1565c0", style=dashed];
  "sage.category.principal_ideal_domains_principalidealdomains" -> "sage.category.unique_factorization_domains_uniquefactorizationdomains" [disposition="preserved", color="#2e7d32", style=solid];
  "sage.category.quotient_fields_quotientfields" -> "sage.category.fields_fields" [disposition="preserved", color="#2e7d32", style=solid];
  "sage.category.regular_crystals_regularcrystals" -> "sage.category.crystals_crystals" [disposition="preserved", color="#2e7d32", style=solid];
  "sage.category.right_modules_rightmodules" -> "sage.category.commutative_additive_groups_commutativeadditivegroups" [disposition="alias_artifact", color="#6a1b9a", style=dotted];
  "sage.category.ring_ideals_ringideals" -> "sage.category.modules_modules" [disposition="preserved", color="#2e7d32", style=solid];
  "sage.category.rings_rings" -> "sage.category.rngs_rngs" [disposition="preserved", color="#2e7d32", style=solid];
  "sage.category.rings_rings" -> "sage.category.semirings_semirings" [disposition="preserved", color="#2e7d32", style=solid];
  "sage.category.rngs_rngs" -> "sage.category.with_axiom.distributivemagmasandadditivemagmas.additiveassociative.additivecommutative.additiveunital.associative" [disposition="unsupported", color="#9e9e9e", style=dashed];
  "sage.category.rngs_rngs" -> "sage.category.commutative_additive_groups_commutativeadditivegroups" [disposition="alias_artifact", color="#6a1b9a", style=dotted];
  "sage.category.r_trivial_semigroups_rtrivialsemigroups" -> "sage.category.semigroups_semigroups" [disposition="preserved", color="#2e7d32", style=solid];
  "sage.category.schemes_schemes" -> "sage.category.sets_cat_sets" [disposition="preserved", color="#2e7d32", style=solid];
  "sage.category.semigroups_semigroups" -> "sage.category.magmas_magmas" [disposition="preserved", color="#2e7d32", style=solid];
  "sage.category.semirings_semirings" -> "sage.category.with_axiom.distributivemagmasandadditivemagmas.additiveassociative.additivecommutative.additiveunital.associative" [disposition="unsupported", color="#9e9e9e", style=dashed];
  "sage.category.semirings_semirings" -> "sage.category.monoids_monoids" [disposition="preserved", color="#2e7d32", style=solid];
  "sage.category.sets_cat_sets" -> "sage.category.sets_with_partial_maps_setswithpartialmaps" [disposition="unsupported", color="#9e9e9e", style=dashed];
  "sage.category.sets_with_grading_setswithgrading" -> "sage.category.sets_cat_sets" [disposition="preserved", color="#2e7d32", style=solid];
  "sage.category.sets_with_partial_maps_setswithpartialmaps" -> "sage.category.objects_objects" [disposition="unsupported", color="#9e9e9e", style=dashed];
  "sage.category.simplicial_complexes_simplicialcomplexes" -> "sage.category.sets_cat_sets" [disposition="preserved", color="#2e7d32", style=solid];
  "sage.category.supercommutative_algebras_supercommutativealgebras" -> "sage.category.super_algebras_superalgebras" [disposition="unsupported", color="#9e9e9e", style=dashed];
  "sage.category.unique_factorization_domains_uniquefactorizationdomains" -> "sage.category.gcd_domains_gcddomains" [disposition="preserved", color="#2e7d32", style=solid];
  "sage.category.unital_algebras_unitalalgebras" -> "sage.category.magmatic_algebras_magmaticalgebras" [disposition="preserved", color="#2e7d32", style=solid];
  "sage.category.vector_spaces_vectorspaces" -> "sage.category.modules_modules" [disposition="preserved", color="#2e7d32", style=solid];
  "sage.category.weyl_groups_weylgroups" -> "sage.category.coxeter_groups_coxetergroups" [disposition="preserved", color="#2e7d32", style=solid];
  "sage.category.with_axiom.vectorspaces.withbasis" -> "sage.category.modules_with_basis_moduleswithbasis" [disposition="unsupported", color="#9e9e9e", style=dashed];
  "sage.category.with_axiom.vectorspaces.withbasis" -> "sage.category.vector_spaces_vectorspaces" [disposition="preserved", color="#2e7d32", style=solid];
  "sage.category.with_axiom.vectorspaces.withbasis.finitedimensional" -> "sage.category.finite_dimensional_modules_with_basis_finitedimensionalmoduleswithbasis" [disposition="unsupported", color="#9e9e9e", style=dashed];
  "sage.category.with_axiom.vectorspaces.withbasis.finitedimensional" -> "sage.category.with_axiom.vectorspaces.withbasis" [disposition="unsupported", color="#9e9e9e", style=dashed];
  "sage.category.with_axiom.vectorspaces.withbasis.finitedimensional" -> "sage.category.with_axiom.vectorspaces.finitedimensional" [disposition="unsupported", color="#9e9e9e", style=dashed];
  "sage.category.with_axiom.vectorspaces.graded" -> "sage.category.graded_modules_gradedmodules" [disposition="preserved", color="#2e7d32", style=solid];
  "sage.category.with_axiom.vectorspaces.graded" -> "sage.category.with_axiom.vectorspaces.filtered" [disposition="preserved", color="#2e7d32", style=solid];
  "sage.category.with_axiom.vectorspaces.withbasis.graded" -> "sage.category.graded_modules_with_basis_gradedmoduleswithbasis" [disposition="preserved", color="#2e7d32", style=solid];
  "sage.category.with_axiom.vectorspaces.withbasis.graded" -> "sage.category.with_axiom.vectorspaces.withbasis.filtered" [disposition="preserved", color="#2e7d32", style=solid];
  "sage.category.with_axiom.vectorspaces.withbasis.graded" -> "sage.category.with_axiom.vectorspaces.graded" [disposition="preserved", color="#2e7d32", style=solid];
  "sage.category.magmatic_algebras_magmaticalgebras" -> "sage.category.vector_spaces_vectorspaces" [disposition="corrected", color="#c62828", style=bold];
  "sage.category.modules_modules" -> "sage.category.bimodules_bimodules" [disposition="corrected", color="#c62828", style=bold];
  "sage.category.freemodules" -> "sage.category.vector_spaces_vectorspaces" [disposition="corrected", color="#c62828", style=bold];
  "sage.category.modules_with_basis_moduleswithbasis" -> "sage.category.vector_spaces_vectorspaces" [disposition="corrected", color="#c62828", style=bold];
  "sage.category.sets_finite" -> "sage.category.sets_cat_sets" [disposition="subdivided", color="#1565c0", style=dashed];
  "sage.category.with_axiom.sets.infinite" -> "sage.category.sets_cat_sets" [disposition="subdivided", color="#1565c0", style=dashed];
  "sage.category.magmas_additive" -> "sage.category.sets_cat_sets" [disposition="subdivided", color="#1565c0", style=dashed];
}
